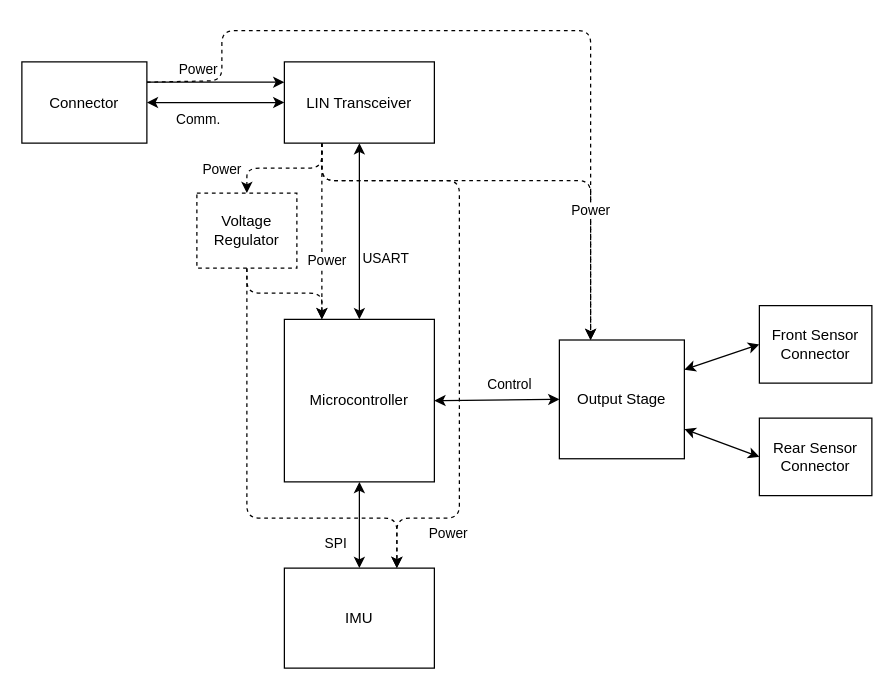
c4deszes/bike-rotor-sensor keeps this draw.io diagram as system/docs/arch/block-view.drawio. Above is the earlier version. Source tidied: cells renumbered, new cells numbered last; positions are measured from the earlier drawing's top-left corner, leaving out a move shared by most shapes. Both pictures are drawn from the tidied source at 125%, with x=0, y=0 at pixel (21, 30).
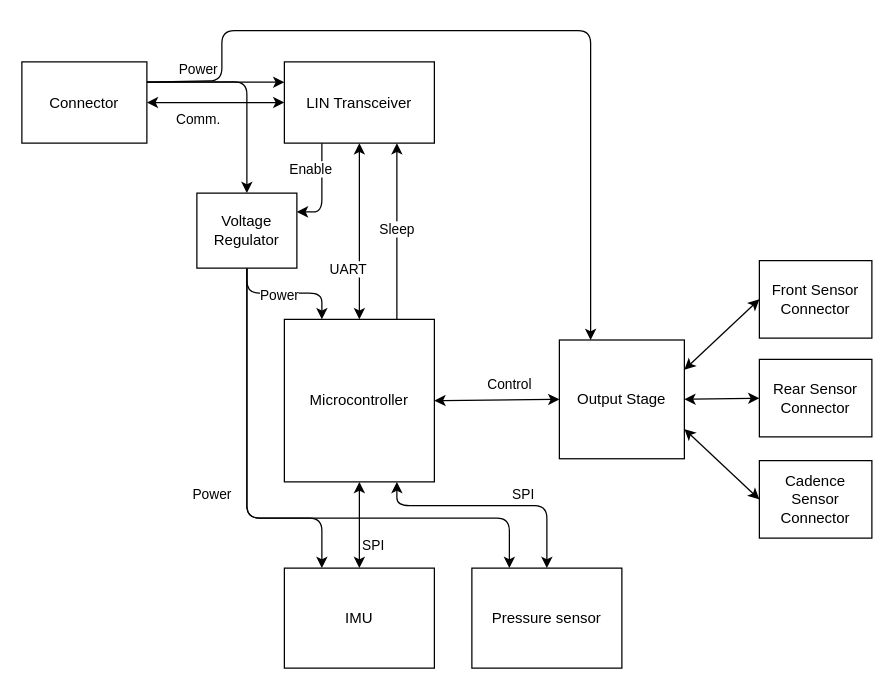
Above is the later version.

Unchanged cells that the change refers to:
```xml
<mxCell id="7" value="Connector" style="rounded=0;whiteSpace=wrap;html=1;" parent="1" vertex="1">
  <mxGeometry y="25" width="100" height="65" as="geometry" />
</mxCell>
<mxCell id="10" style="edgeStyle=none;html=1;exitX=0.5;exitY=1;exitDx=0;exitDy=0;entryX=0.5;entryY=0;entryDx=0;entryDy=0;startArrow=classic;startFill=1;" parent="1" edge="1" source="18" target="23">
  <mxGeometry relative="1" as="geometry" />
</mxCell>
<mxCell id="18" value="LIN Transceiver" style="rounded=0;whiteSpace=wrap;html=1;" parent="1" vertex="1">
  <mxGeometry x="210" y="25" width="120" height="65" as="geometry" />
</mxCell>
<mxCell id="23" value="Microcontroller" style="rounded=0;whiteSpace=wrap;html=1;" parent="1" vertex="1">
  <mxGeometry x="210" y="231" width="120" height="130" as="geometry" />
</mxCell>
<mxCell id="26" value="Output Stage" style="rounded=0;whiteSpace=wrap;html=1;" parent="1" vertex="1">
  <mxGeometry x="430" y="247.5" width="100" height="95" as="geometry" />
</mxCell>
<mxCell id="27" value="IMU" style="rounded=0;whiteSpace=wrap;html=1;" parent="1" vertex="1">
  <mxGeometry x="210" y="430" width="120" height="80" as="geometry" />
</mxCell>
```

Diff of the diagram source:
```diff
@@
-    <mxCell id="6" style="edgeStyle=none;html=1;exitX=1;exitY=0.25;exitDx=0;exitDy=0;entryX=0.25;entryY=0;entryDx=0;entryDy=0;dashed=1;" parent="1" edge="1" source="7" target="26">
+    <mxCell id="6" style="edgeStyle=none;html=1;exitX=1;exitY=0.25;exitDx=0;exitDy=0;entryX=0.25;entryY=0;entryDx=0;entryDy=0;" parent="1" edge="1" source="7" target="26">
       <mxGeometry relative="1" as="geometry">
         <Array as="points">
           <mxPoint x="160" y="40" />
           <mxPoint x="160" />
           <mxPoint x="455" />
         </Array>
       </mxGeometry>
     </mxCell>
+    <mxCell id="33" style="edgeStyle=none;html=1;exitX=1;exitY=0.25;exitDx=0;exitDy=0;entryX=0.5;entryY=0;entryDx=0;entryDy=0;" parent="1" edge="1" source="7" target="32">
+      <mxGeometry relative="1" as="geometry">
+        <Array as="points">
+          <mxPoint x="180" y="41" />
+        </Array>
+      </mxGeometry>
+    </mxCell>
@@
-    <mxCell id="8" style="edgeStyle=none;html=1;exitX=0.25;exitY=1;exitDx=0;exitDy=0;entryX=0.25;entryY=0;entryDx=0;entryDy=0;dashed=1;" parent="1" edge="1" source="18" target="23">
-      <mxGeometry relative="1" as="geometry" />
-    </mxCell>
-    <mxCell id="9" value="Power" style="edgeLabel;html=1;align=center;verticalAlign=middle;" parent="8" vertex="1">
-      <mxGeometry x="0.32" y="3" relative="1" as="geometry" />
-    </mxCell>
@@
-    <mxCell id="11" value="USART" style="edgeLabel;html=1;align=center;verticalAlign=middle;" parent="10" vertex="1">
+    <mxCell id="11" value="UART" style="edgeLabel;html=1;align=center;verticalAlign=middle;" parent="10" vertex="1">
       <mxGeometry x="0.29" y="-1" relative="1" as="geometry">
-        <mxPoint x="21" as="offset" />
+        <mxPoint x="-9" y="9" as="offset" />
       </mxGeometry>
     </mxCell>
-    <mxCell id="12" style="edgeStyle=none;html=1;exitX=0.25;exitY=1;exitDx=0;exitDy=0;entryX=0.75;entryY=0;entryDx=0;entryDy=0;dashed=1;" parent="1" edge="1" source="18" target="27">
-      <mxGeometry relative="1" as="geometry">
-        <Array as="points">
-          <mxPoint x="240" y="120" />
-          <mxPoint x="350" y="120" />
-          <mxPoint x="350" y="390" />
-          <mxPoint x="300" y="390" />
-        </Array>
-      </mxGeometry>
-    </mxCell>
-    <mxCell id="13" value="Power" style="edgeLabel;html=1;align=center;verticalAlign=middle;" parent="12" vertex="1">
-      <mxGeometry x="0.62" y="1" relative="1" as="geometry">
-        <mxPoint x="-11" y="16" as="offset" />
-      </mxGeometry>
-    </mxCell>
-    <mxCell id="14" style="edgeStyle=none;html=1;exitX=0.25;exitY=1;exitDx=0;exitDy=0;entryX=0.5;entryY=0;entryDx=0;entryDy=0;dashed=1;" parent="1" edge="1" source="18" target="32">
+    <mxCell id="14" style="edgeStyle=none;html=1;exitX=0.25;exitY=1;exitDx=0;exitDy=0;entryX=1;entryY=0.25;entryDx=0;entryDy=0;" parent="1" edge="1" source="18" target="32">
       <mxGeometry relative="1" as="geometry">
         <Array as="points">
-          <mxPoint x="240" y="110" />
-          <mxPoint x="180" y="110" />
+          <mxPoint x="240" y="145" />
         </Array>
       </mxGeometry>
     </mxCell>
-    <mxCell id="15" value="Power" style="edgeLabel;html=1;align=center;verticalAlign=middle;" parent="14" vertex="1">
-      <mxGeometry x="-0.19" relative="1" as="geometry">
-        <mxPoint x="-60" as="offset" />
-      </mxGeometry>
-    </mxCell>
-    <mxCell id="16" style="edgeStyle=none;html=1;exitX=0.25;exitY=1;exitDx=0;exitDy=0;entryX=0.25;entryY=0;entryDx=0;entryDy=0;dashed=1;" parent="1" edge="1" source="18" target="26">
-      <mxGeometry relative="1" as="geometry">
-        <Array as="points">
-          <mxPoint x="240" y="120" />
-          <mxPoint x="455" y="120" />
-        </Array>
-      </mxGeometry>
-    </mxCell>
-    <mxCell id="17" value="Power" style="edgeLabel;html=1;align=center;verticalAlign=middle;" parent="16" vertex="1">
-      <mxGeometry x="0.44" y="-1" relative="1" as="geometry" />
-    </mxCell>
+    <mxCell id="34" value="Enable" style="edgeLabel;html=1;align=center;verticalAlign=middle;" parent="14" vertex="1">
+      <mxGeometry x="-0.07" y="2" relative="1" as="geometry">
+        <mxPoint x="-12" y="-15" as="offset" />
+      </mxGeometry>
+    </mxCell>
@@
-    <mxCell id="21" style="edgeStyle=none;html=1;exitX=0.5;exitY=1;exitDx=0;exitDy=0;entryX=0.5;entryY=0;entryDx=0;entryDy=0;startArrow=classic;startFill=1;" parent="1" edge="1" source="23" target="27">
+    <mxCell id="21" style="edgeStyle=none;html=1;exitX=0.5;exitY=1;exitDx=0;exitDy=0;startArrow=classic;startFill=1;entryX=0.5;entryY=0;entryDx=0;entryDy=0;" parent="1" edge="1" source="23" target="27">
       <mxGeometry relative="1" as="geometry" />
     </mxCell>
     <mxCell id="22" value="SPI" style="edgeLabel;html=1;align=center;verticalAlign=middle;" parent="21" vertex="1">
       <mxGeometry x="0.4" y="-2" relative="1" as="geometry">
-        <mxPoint x="-18" as="offset" />
+        <mxPoint x="12" y="2" as="offset" />
       </mxGeometry>
     </mxCell>
+    <mxCell id="35" style="edgeStyle=none;html=1;exitX=0.75;exitY=0;exitDx=0;exitDy=0;entryX=0.75;entryY=1;entryDx=0;entryDy=0;" parent="1" edge="1" source="23" target="18">
+      <mxGeometry relative="1" as="geometry" />
+    </mxCell>
+    <mxCell id="36" value="Sleep" style="edgeLabel;html=1;align=center;verticalAlign=middle;" parent="35" vertex="1">
+      <mxGeometry x="0.04" y="1" relative="1" as="geometry" />
+    </mxCell>
+    <mxCell id="37" style="edgeStyle=none;html=1;exitX=0.75;exitY=1;exitDx=0;exitDy=0;entryX=0.5;entryY=0;entryDx=0;entryDy=0;startArrow=classic;startFill=1;" parent="1" edge="1" source="23" target="45">
+      <mxGeometry relative="1" as="geometry">
+        <Array as="points">
+          <mxPoint x="300" y="380" />
+          <mxPoint x="420" y="380" />
+        </Array>
+      </mxGeometry>
+    </mxCell>
+    <mxCell id="38" value="SPI" style="edgeLabel;html=1;align=center;verticalAlign=middle;" parent="37" vertex="1">
+      <mxGeometry x="-0.35" y="-3" relative="1" as="geometry">
+        <mxPoint x="58" y="-13" as="offset" />
+      </mxGeometry>
+    </mxCell>
@@
-    <mxCell id="25" style="edgeStyle=none;html=1;exitX=1;exitY=0.75;exitDx=0;exitDy=0;entryX=0;entryY=0.5;entryDx=0;entryDy=0;startArrow=classic;startFill=1;" parent="1" edge="1" source="26" target="29">
+    <mxCell id="25" style="edgeStyle=none;html=1;exitX=1;exitY=0.5;exitDx=0;exitDy=0;entryX=0;entryY=0.5;entryDx=0;entryDy=0;startArrow=classic;startFill=1;" parent="1" edge="1" source="26" target="29">
       <mxGeometry relative="1" as="geometry" />
     </mxCell>
@@
     <mxCell id="28" value="Front Sensor&lt;br&gt;Connector" style="rounded=0;whiteSpace=wrap;html=1;" parent="1" vertex="1">
-      <mxGeometry x="590" y="220" width="90" height="62" as="geometry" />
+      <mxGeometry x="590" y="184" width="90" height="62" as="geometry" />
     </mxCell>
     <mxCell id="29" value="Rear Sensor&lt;br&gt;Connector" style="rounded=0;whiteSpace=wrap;html=1;" parent="1" vertex="1">
-      <mxGeometry x="590" y="310" width="90" height="62" as="geometry" />
+      <mxGeometry x="590" y="263" width="90" height="62" as="geometry" />
     </mxCell>
-    <mxCell id="30" style="edgeStyle=none;html=1;exitX=0.5;exitY=1;exitDx=0;exitDy=0;entryX=0.25;entryY=0;entryDx=0;entryDy=0;dashed=1;" parent="1" edge="1" source="32" target="23">
+    <mxCell id="30" style="edgeStyle=none;html=1;exitX=0.5;exitY=1;exitDx=0;exitDy=0;entryX=0.25;entryY=0;entryDx=0;entryDy=0;" parent="1" edge="1" source="32" target="23">
       <mxGeometry relative="1" as="geometry">
         <Array as="points">
           <mxPoint x="180" y="210" />
           <mxPoint x="240" y="210" />
         </Array>
       </mxGeometry>
     </mxCell>
+    <mxCell id="39" value="Power" style="edgeLabel;html=1;align=center;verticalAlign=middle;" parent="30" vertex="1">
+      <mxGeometry x="-0.11" y="-1" relative="1" as="geometry" />
+    </mxCell>
-    <mxCell id="31" style="edgeStyle=none;html=1;exitX=0.5;exitY=1;exitDx=0;exitDy=0;entryX=0.75;entryY=0;entryDx=0;entryDy=0;startArrow=none;startFill=0;dashed=1;" parent="1" edge="1" source="32" target="27">
+    <mxCell id="31" style="edgeStyle=none;html=1;exitX=0.5;exitY=1;exitDx=0;exitDy=0;entryX=0.25;entryY=0;entryDx=0;entryDy=0;startArrow=none;startFill=0;strokeColor=none;" parent="1" edge="1" source="32" target="27">
       <mxGeometry relative="1" as="geometry">
         <Array as="points">
           <mxPoint x="180" y="390" />
-          <mxPoint x="300" y="390" />
+          <mxPoint x="240" y="390" />
         </Array>
       </mxGeometry>
     </mxCell>
+    <mxCell id="40" style="edgeStyle=none;html=1;exitX=0.5;exitY=1;exitDx=0;exitDy=0;entryX=0.25;entryY=0;entryDx=0;entryDy=0;" parent="1" edge="1" source="32" target="45">
+      <mxGeometry relative="1" as="geometry">
+        <Array as="points">
+          <mxPoint x="180" y="390" />
+          <mxPoint x="390" y="390" />
+        </Array>
+      </mxGeometry>
+    </mxCell>
+    <mxCell id="41" value="Power" style="edgeLabel;html=1;align=center;verticalAlign=middle;" parent="40" vertex="1">
+      <mxGeometry x="0.03" y="-1" relative="1" as="geometry">
+        <mxPoint x="-61" y="-21" as="offset" />
+      </mxGeometry>
+    </mxCell>
+    <mxCell id="42" style="edgeStyle=none;html=1;exitX=0.5;exitY=1;exitDx=0;exitDy=0;entryX=0.25;entryY=0;entryDx=0;entryDy=0;" parent="1" edge="1" source="32" target="27">
+      <mxGeometry relative="1" as="geometry">
+        <Array as="points">
+          <mxPoint x="180" y="390" />
+          <mxPoint x="240" y="390" />
+        </Array>
+      </mxGeometry>
+    </mxCell>
-    <mxCell id="32" value="Voltage&lt;br&gt;Regulator" style="rounded=0;whiteSpace=wrap;html=1;dashed=1;" parent="1" vertex="1">
+    <mxCell id="32" value="Voltage&lt;br&gt;Regulator" style="rounded=0;whiteSpace=wrap;html=1;" parent="1" vertex="1">
       <mxGeometry x="140" y="130" width="80" height="60" as="geometry" />
     </mxCell>
+    <mxCell id="43" style="edgeStyle=none;html=1;exitX=0;exitY=0.5;exitDx=0;exitDy=0;entryX=1;entryY=0.75;entryDx=0;entryDy=0;startArrow=classic;startFill=1;" parent="1" edge="1" source="44" target="26">
+      <mxGeometry relative="1" as="geometry" />
+    </mxCell>
+    <mxCell id="44" value="Cadence Sensor&lt;br&gt;Connector" style="rounded=0;whiteSpace=wrap;html=1;" parent="1" vertex="1">
+      <mxGeometry x="590" y="344" width="90" height="62" as="geometry" />
+    </mxCell>
+    <mxCell id="45" value="Pressure sensor" style="rounded=0;whiteSpace=wrap;html=1;" parent="1" vertex="1">
+      <mxGeometry x="360" y="430" width="120" height="80" as="geometry" />
+    </mxCell>
```
